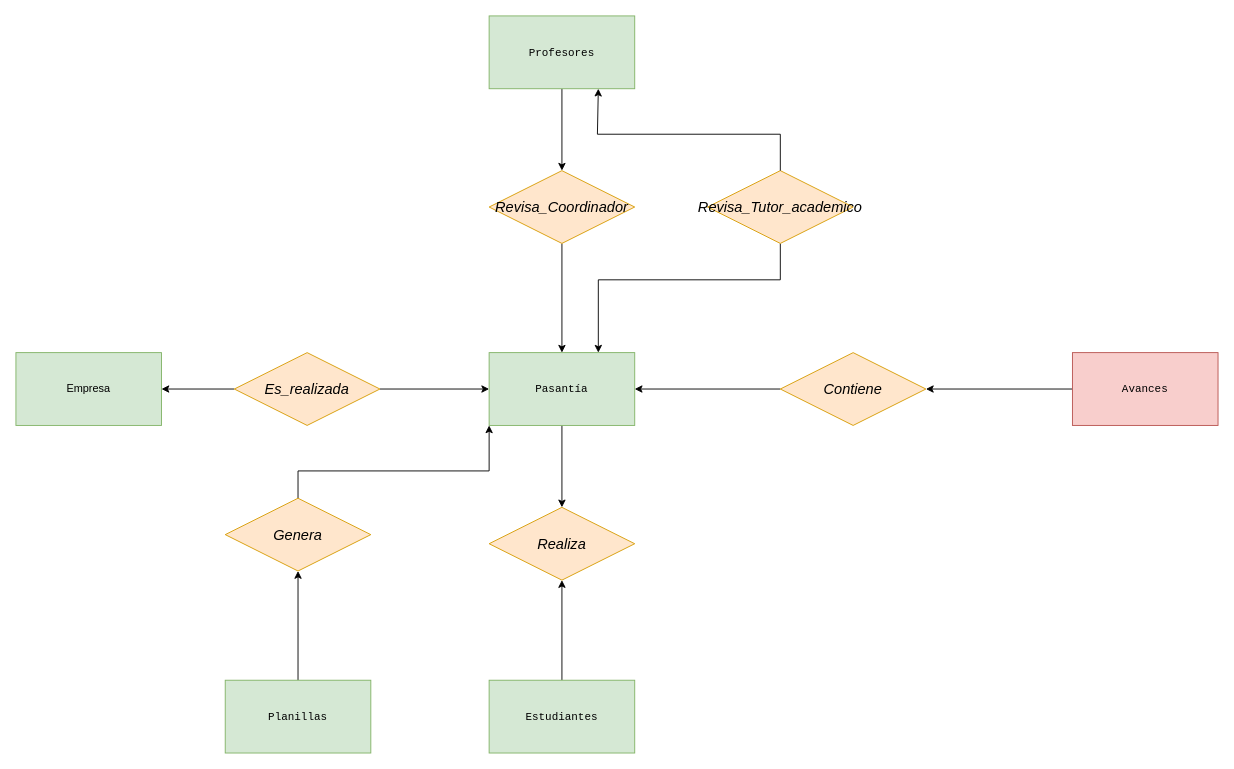
The draw.io diagram page "DER - Pasantía" (3 of 6) of Diagrama sin título.drawio in Lu27656348/SPP-UCABG, before the edit. Source tidied: cells renumbered, new cells numbered last; positions are measured from the earlier drawing's top-left corner, leaving out a move shared by most shapes. Both pictures are drawn from the tidied source at 91%, with x=0, y=0 at pixel (15, 15).
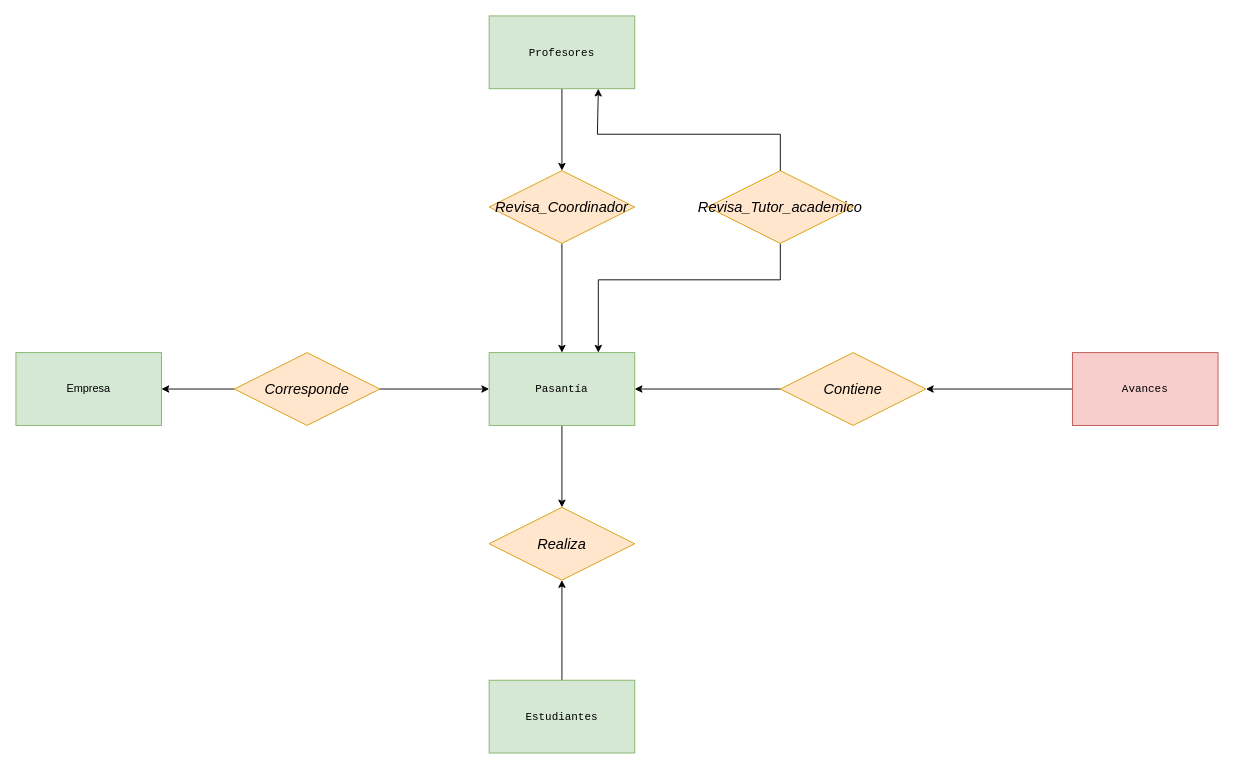
Above is the later version.

The change refers to these unchanged cells:
```xml
<mxCell id="3" value="&lt;font face=&quot;Courier New&quot;&gt;Pasantía&lt;/font&gt;" style="rounded=0;whiteSpace=wrap;html=1;fillColor=#d5e8d4;strokeColor=#82b366;" parent="1" vertex="1">
  <mxGeometry x="520" y="370" width="160" height="80" as="geometry" />
</mxCell>
```

Diff of the diagram source:
```diff
@@
-    <mxCell id="21" value="Es_realizada" style="rhombus;whiteSpace=wrap;html=1;fillColor=#ffe6cc;strokeColor=#d79b00;fontStyle=2;fontSize=16;" parent="1" vertex="1">
+    <mxCell id="21" value="Corresponde" style="rhombus;whiteSpace=wrap;html=1;fillColor=#ffe6cc;strokeColor=#d79b00;fontStyle=2;fontSize=16;" parent="1" vertex="1">
       <mxGeometry x="240" y="370" width="160" height="80" as="geometry" />
     </mxCell>
-    <mxCell id="22" style="edgeStyle=orthogonalEdgeStyle;rounded=0;jettySize=auto;html=1;entryX=0.5;entryY=1;entryDx=0;entryDy=0;" parent="1" edge="1" source="23" target="25">
-      <mxGeometry relative="1" as="geometry" />
-    </mxCell>
-    <mxCell id="23" value="&lt;font face=&quot;Courier New&quot;&gt;Planillas&lt;/font&gt;" style="rounded=0;whiteSpace=wrap;html=1;fillColor=#d5e8d4;strokeColor=#82b366;" parent="1" vertex="1">
-      <mxGeometry x="230" y="730" width="160" height="80" as="geometry" />
-    </mxCell>
-    <mxCell id="24" style="edgeStyle=orthogonalEdgeStyle;rounded=0;jettySize=auto;html=1;entryX=0;entryY=1;entryDx=0;entryDy=0;" parent="1" edge="1" source="25" target="3">
-      <mxGeometry relative="1" as="geometry">
-        <Array as="points">
-          <mxPoint x="310" y="500" />
-          <mxPoint x="520" y="500" />
-        </Array>
-      </mxGeometry>
-    </mxCell>
-    <mxCell id="25" value="Genera" style="rhombus;whiteSpace=wrap;html=1;fillColor=#ffe6cc;strokeColor=#d79b00;fontStyle=2;fontSize=16;" parent="1" vertex="1">
-      <mxGeometry x="230" y="530" width="160" height="80" as="geometry" />
-    </mxCell>
```
